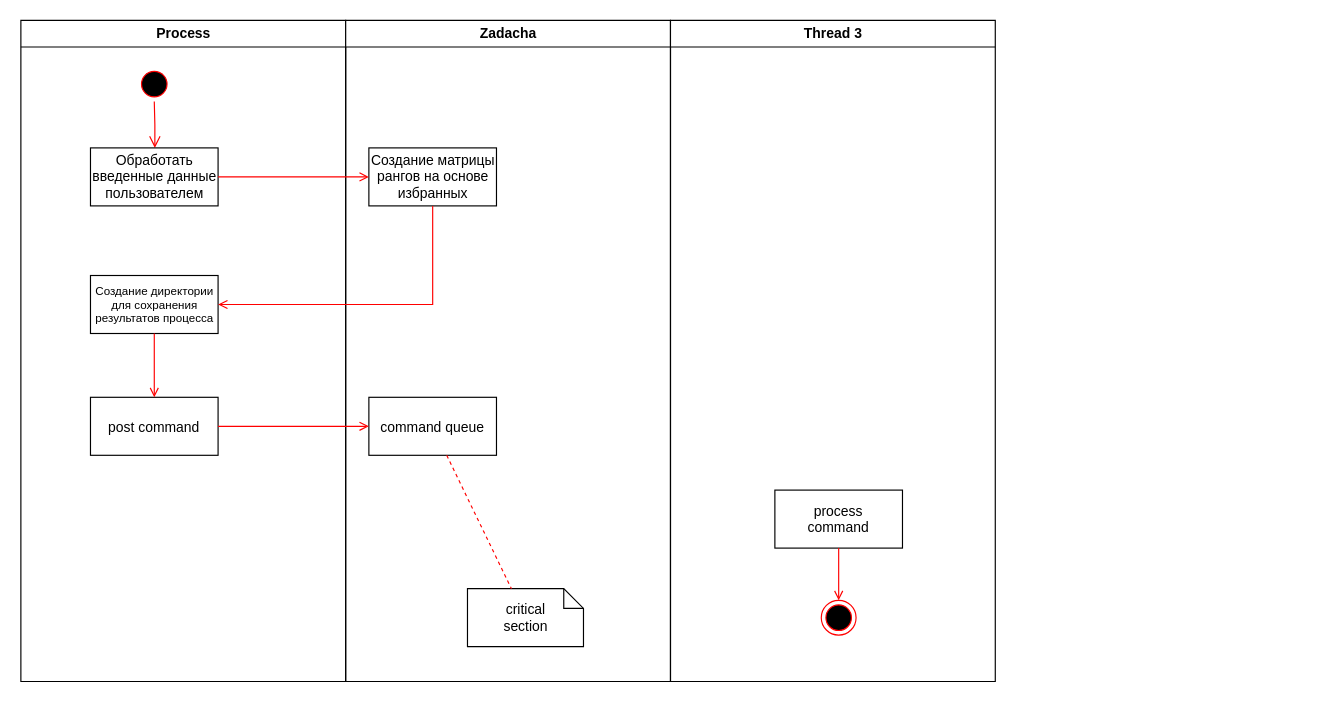
Above: draw_io/AD.drawio in Dimj1k/Works (draw.io), before the change. Source tidied: cells renumbered, new cells numbered last; positions are measured from the earlier drawing's top-left corner, leaving out a move shared by most shapes. Both pictures are drawn from the tidied source at 116%, with x=0, y=0 at pixel (20, 20).
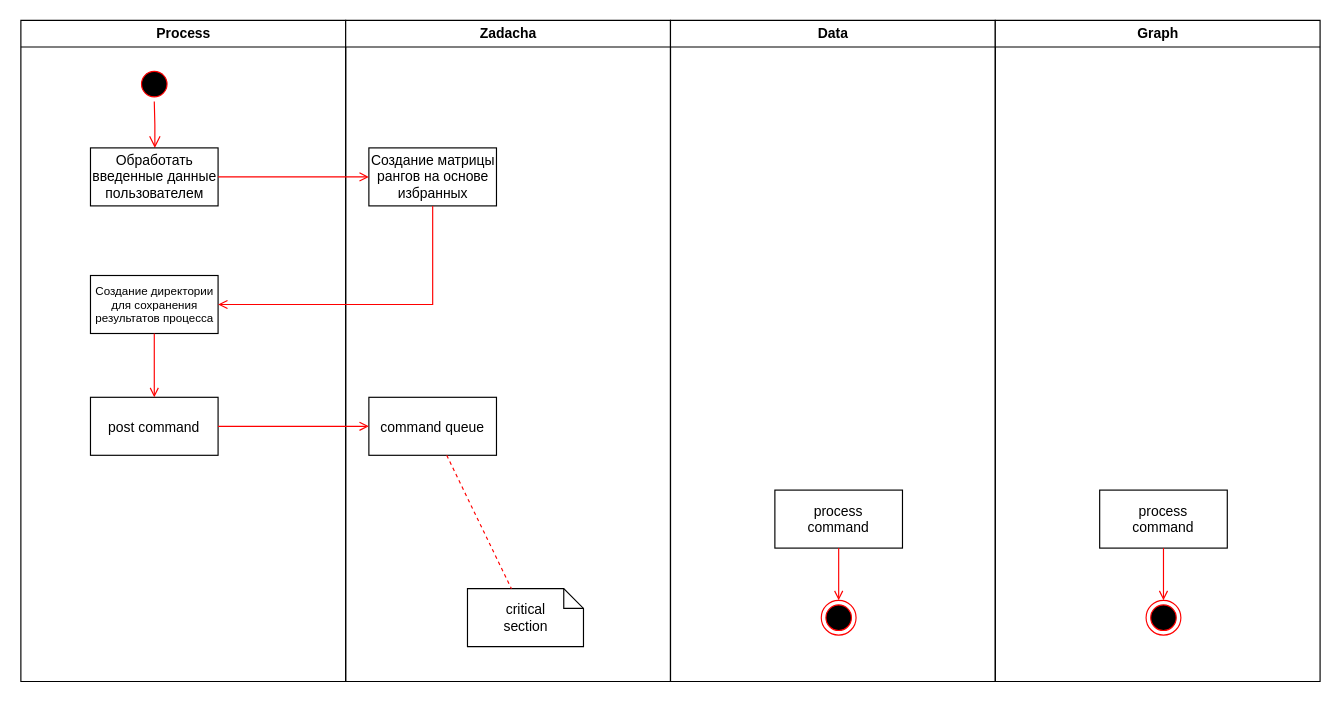
Above is the later version.

Change to the diagram source:
```diff
@@
-    <mxCell id="14" value="Thread 3" style="swimlane;whiteSpace=wrap;" parent="1" vertex="1">
+    <mxCell id="14" value="Data" style="swimlane;whiteSpace=wrap;" parent="1" vertex="1">
       <mxGeometry x="560.5" width="280" height="570" as="geometry" />
     </mxCell>
@@
+    <mxCell id="21" value="Graph" style="swimlane;whiteSpace=wrap;" parent="1" vertex="1">
+      <mxGeometry x="840.5" width="280" height="570" as="geometry" />
+    </mxCell>
+    <mxCell id="22" value="process&#10;command" parent="21" vertex="1">
+      <mxGeometry x="90" y="405" width="110" height="50" as="geometry" />
+    </mxCell>
+    <mxCell id="23" style="ellipse;shape=endState;fillColor=#000000;strokeColor=#ff0000;" parent="21" vertex="1">
+      <mxGeometry x="130" y="500" width="30" height="30" as="geometry" />
+    </mxCell>
+    <mxCell id="24" style="endArrow=open;strokeColor=#FF0000;endFill=1;rounded=0;" parent="21" edge="1" source="22" target="23">
+      <mxGeometry relative="1" as="geometry" />
+    </mxCell>
```
